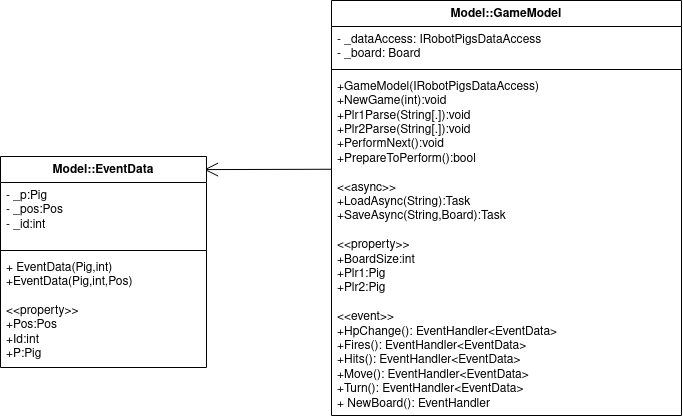
The draw.io diagram DOKUMENTÁCIÓ/modeluml.drawio.png in Reun85/esemenyvezbeadando, before a commit. Source tidied: cells renumbered, new cells last; positions are measured from the earlier drawing's top-left corner, leaving out a move shared by most shapes. Its diagram source:
```xml
<mxGraphModel>
  <root>
    <mxCell id="0" />
    <mxCell id="1" parent="0" />
    <mxCell id="2" value="Model::GameModel" style="swimlane;fontStyle=1;align=center;verticalAlign=top;horizontal=1;startSize=26;whiteSpace=wrap;html=1;" parent="1" vertex="1">
      <mxGeometry x="331" width="350" height="415" as="geometry" />
    </mxCell>
    <mxCell id="3" value="&lt;div&gt;- _dataAccess: IRobotPigsDataAccess&lt;/div&gt;&lt;div&gt;- _board: Board&lt;/div&gt;&lt;div&gt;&lt;br&gt;&lt;/div&gt;" style="text;strokeColor=none;fillColor=none;align=left;verticalAlign=top;spacingLeft=4;spacingRight=4;overflow=hidden;whiteSpace=wrap;html=1;" parent="2" vertex="1">
      <mxGeometry y="26" width="350" height="39" as="geometry" />
    </mxCell>
    <mxCell id="4" style="line;strokeWidth=1;fillColor=none;align=left;verticalAlign=middle;spacingTop=-1;spacingLeft=3;spacingRight=3;labelPosition=right;strokeColor=inherit;" parent="2" vertex="1">
      <mxGeometry y="65" width="350" height="8" as="geometry" />
    </mxCell>
    <mxCell id="5" value="&lt;div&gt;+GameModel(IRobotPigsDataAccess)&lt;/div&gt;&lt;div&gt;+NewGame(int):void&lt;/div&gt;&lt;div&gt;+Plr1Parse(String[.]):void&lt;/div&gt;&lt;div&gt;+Plr2Parse(String[.]):void&lt;/div&gt;&lt;div&gt;+PerformNext():void&lt;/div&gt;&lt;div&gt;+PrepareToPerform():bool&lt;/div&gt;&lt;div&gt;&lt;br&gt;&lt;/div&gt;&lt;div&gt;&amp;lt;&amp;lt;async&amp;gt;&amp;gt;&lt;/div&gt;&lt;div&gt;&lt;div&gt;+LoadAsync(String):Task&lt;/div&gt;+SaveAsync(String,Board):Task&lt;/div&gt;&lt;div&gt;&lt;br&gt;&lt;/div&gt;&lt;div&gt;&amp;lt;&amp;lt;property&amp;gt;&amp;gt;&lt;/div&gt;&lt;div&gt;+BoardSize:int&lt;/div&gt;&lt;div&gt;+Plr1:Pig&lt;/div&gt;&lt;div&gt;+Plr2:Pig&lt;/div&gt;&lt;div&gt;&lt;br&gt;&lt;/div&gt;&lt;div&gt;&amp;lt;&amp;lt;event&amp;gt;&amp;gt;&lt;/div&gt;&lt;div&gt;+HpChange(): EventHandler&amp;lt;EventData&amp;gt;&lt;/div&gt;&lt;div&gt;+Fires(): EventHandler&amp;lt;EventData&amp;gt;&lt;/div&gt;&lt;div&gt;+Hits(): EventHandler&amp;lt;EventData&amp;gt;&lt;/div&gt;&lt;div&gt;+Move(): EventHandler&amp;lt;EventData&amp;gt;&lt;/div&gt;&lt;div&gt;+Turn(): EventHandler&amp;lt;EventData&amp;gt;&lt;/div&gt;&lt;div&gt;+ NewBoard(): EventHandler&lt;br&gt;&lt;/div&gt;" style="text;strokeColor=none;fillColor=none;align=left;verticalAlign=top;spacingLeft=4;spacingRight=4;overflow=hidden;points=[[0,0.5],[1,0.5]];portConstraint=eastwest;whiteSpace=wrap;html=1;" parent="2" vertex="1">
      <mxGeometry y="73" width="350" height="342" as="geometry" />
    </mxCell>
    <mxCell id="6" style="endArrow=open;endFill=1;endSize=12;html=1;rounded=0;exitX=0.001;exitY=0.28;exitDx=0;exitDy=0;exitPerimeter=0;entryX=0.988;entryY=0.062;entryDx=0;entryDy=0;entryPerimeter=0;" parent="1" edge="1" source="5" target="7">
      <mxGeometry relative="1" as="geometry" />
    </mxCell>
    <mxCell id="7" value="Model::EventData" style="swimlane;fontStyle=1;align=center;verticalAlign=top;horizontal=1;startSize=26;whiteSpace=wrap;html=1;" parent="1" vertex="1">
      <mxGeometry y="156" width="206" height="211" as="geometry" />
    </mxCell>
    <mxCell id="8" value="&lt;div&gt;- _p:Pig&lt;/div&gt;&lt;div&gt;- _pos:Pos&lt;/div&gt;&lt;div&gt;- _id:int&lt;/div&gt;&lt;div&gt;&lt;br&gt;&lt;/div&gt;" style="text;strokeColor=none;fillColor=none;align=left;verticalAlign=top;spacingLeft=4;spacingRight=4;overflow=hidden;whiteSpace=wrap;html=1;" parent="7" vertex="1">
      <mxGeometry y="26" width="206" height="64" as="geometry" />
    </mxCell>
    <mxCell id="9" style="line;strokeWidth=1;fillColor=none;align=left;verticalAlign=middle;spacingTop=-1;spacingLeft=3;spacingRight=3;labelPosition=right;strokeColor=inherit;" parent="7" vertex="1">
      <mxGeometry y="90" width="206" height="8" as="geometry" />
    </mxCell>
    <mxCell id="10" value="&lt;div&gt;+ EventData(Pig,int)&lt;/div&gt;&lt;div&gt;+EventData(Pig,int,Pos)&lt;/div&gt;&lt;div&gt;&lt;br&gt;&lt;/div&gt;&lt;div&gt;&amp;lt;&amp;lt;property&amp;gt;&amp;gt;&lt;/div&gt;&lt;div&gt;+Pos:Pos&lt;/div&gt;&lt;div&gt;+Id:int&lt;/div&gt;&lt;div&gt;+P:Pig&lt;br&gt;&lt;/div&gt;" style="text;strokeColor=none;fillColor=none;align=left;verticalAlign=top;spacingLeft=4;spacingRight=4;overflow=hidden;whiteSpace=wrap;html=1;" parent="7" vertex="1">
      <mxGeometry y="98" width="206" height="113" as="geometry" />
    </mxCell>
  </root>
</mxGraphModel>
```
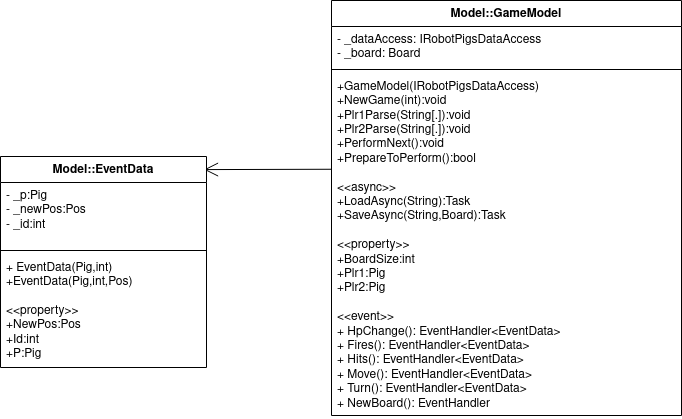
After the change.

What changed in the source:
```diff
@@ -11,7 +11,7 @@
     <mxCell id="4" style="line;strokeWidth=1;fillColor=none;align=left;verticalAlign=middle;spacingTop=-1;spacingLeft=3;spacingRight=3;labelPosition=right;strokeColor=inherit;" parent="2" vertex="1">
       <mxGeometry y="65" width="350" height="8" as="geometry" />
     </mxCell>
-    <mxCell id="5" value="&lt;div&gt;+GameModel(IRobotPigsDataAccess)&lt;/div&gt;&lt;div&gt;+NewGame(int):void&lt;/div&gt;&lt;div&gt;+Plr1Parse(String[.]):void&lt;/div&gt;&lt;div&gt;+Plr2Parse(String[.]):void&lt;/div&gt;&lt;div&gt;+PerformNext():void&lt;/div&gt;&lt;div&gt;+PrepareToPerform():bool&lt;/div&gt;&lt;div&gt;&lt;br&gt;&lt;/div&gt;&lt;div&gt;&amp;lt;&amp;lt;async&amp;gt;&amp;gt;&lt;/div&gt;&lt;div&gt;&lt;div&gt;+LoadAsync(String):Task&lt;/div&gt;+SaveAsync(String,Board):Task&lt;/div&gt;&lt;div&gt;&lt;br&gt;&lt;/div&gt;&lt;div&gt;&amp;lt;&amp;lt;property&amp;gt;&amp;gt;&lt;/div&gt;&lt;div&gt;+BoardSize:int&lt;/div&gt;&lt;div&gt;+Plr1:Pig&lt;/div&gt;&lt;div&gt;+Plr2:Pig&lt;/div&gt;&lt;div&gt;&lt;br&gt;&lt;/div&gt;&lt;div&gt;&amp;lt;&amp;lt;event&amp;gt;&amp;gt;&lt;/div&gt;&lt;div&gt;+HpChange(): EventHandler&amp;lt;EventData&amp;gt;&lt;/div&gt;&lt;div&gt;+Fires(): EventHandler&amp;lt;EventData&amp;gt;&lt;/div&gt;&lt;div&gt;+Hits(): EventHandler&amp;lt;EventData&amp;gt;&lt;/div&gt;&lt;div&gt;+Move(): EventHandler&amp;lt;EventData&amp;gt;&lt;/div&gt;&lt;div&gt;+Turn(): EventHandler&amp;lt;EventData&amp;gt;&lt;/div&gt;&lt;div&gt;+ NewBoard(): EventHandler&lt;br&gt;&lt;/div&gt;" style="text;strokeColor=none;fillColor=none;align=left;verticalAlign=top;spacingLeft=4;spacingRight=4;overflow=hidden;points=[[0,0.5],[1,0.5]];portConstraint=eastwest;whiteSpace=wrap;html=1;" parent="2" vertex="1">
+    <mxCell id="5" value="&lt;div&gt;+GameModel(IRobotPigsDataAccess)&lt;/div&gt;&lt;div&gt;+NewGame(int):void&lt;/div&gt;&lt;div&gt;+Plr1Parse(String[.]):void&lt;/div&gt;&lt;div&gt;+Plr2Parse(String[.]):void&lt;/div&gt;&lt;div&gt;+PerformNext():void&lt;/div&gt;&lt;div&gt;+PrepareToPerform():bool&lt;/div&gt;&lt;div&gt;&lt;br&gt;&lt;/div&gt;&lt;div&gt;&amp;lt;&amp;lt;async&amp;gt;&amp;gt;&lt;/div&gt;&lt;div&gt;&lt;div&gt;+LoadAsync(String):Task&lt;/div&gt;+SaveAsync(String,Board):Task&lt;/div&gt;&lt;div&gt;&lt;br&gt;&lt;/div&gt;&lt;div&gt;&amp;lt;&amp;lt;property&amp;gt;&amp;gt;&lt;/div&gt;&lt;div&gt;+BoardSize:int&lt;/div&gt;&lt;div&gt;+Plr1:Pig&lt;/div&gt;&lt;div&gt;+Plr2:Pig&lt;/div&gt;&lt;div&gt;&lt;br&gt;&lt;/div&gt;&lt;div&gt;&amp;lt;&amp;lt;event&amp;gt;&amp;gt;&lt;/div&gt;&lt;div&gt;+ HpChange(): EventHandler&amp;lt;EventData&amp;gt;&lt;/div&gt;&lt;div&gt;+ Fires(): EventHandler&amp;lt;EventData&amp;gt;&lt;/div&gt;&lt;div&gt;+ Hits(): EventHandler&amp;lt;EventData&amp;gt;&lt;/div&gt;&lt;div&gt;+ Move(): EventHandler&amp;lt;EventData&amp;gt;&lt;/div&gt;&lt;div&gt;+ Turn(): EventHandler&amp;lt;EventData&amp;gt;&lt;/div&gt;&lt;div&gt;+ NewBoard(): EventHandler&lt;/div&gt;" style="text;strokeColor=none;fillColor=none;align=left;verticalAlign=top;spacingLeft=4;spacingRight=4;overflow=hidden;points=[[0,0.5],[1,0.5]];portConstraint=eastwest;whiteSpace=wrap;html=1;" parent="2" vertex="1">
       <mxGeometry y="73" width="350" height="342" as="geometry" />
     </mxCell>
     <mxCell id="6" style="endArrow=open;endFill=1;endSize=12;html=1;rounded=0;exitX=0.001;exitY=0.28;exitDx=0;exitDy=0;exitPerimeter=0;entryX=0.988;entryY=0.062;entryDx=0;entryDy=0;entryPerimeter=0;" parent="1" edge="1" source="5" target="7">
@@ -20,13 +20,13 @@
     <mxCell id="7" value="Model::EventData" style="swimlane;fontStyle=1;align=center;verticalAlign=top;horizontal=1;startSize=26;whiteSpace=wrap;html=1;" parent="1" vertex="1">
       <mxGeometry y="156" width="206" height="211" as="geometry" />
     </mxCell>
-    <mxCell id="8" value="&lt;div&gt;- _p:Pig&lt;/div&gt;&lt;div&gt;- _pos:Pos&lt;/div&gt;&lt;div&gt;- _id:int&lt;/div&gt;&lt;div&gt;&lt;br&gt;&lt;/div&gt;" style="text;strokeColor=none;fillColor=none;align=left;verticalAlign=top;spacingLeft=4;spacingRight=4;overflow=hidden;whiteSpace=wrap;html=1;" parent="7" vertex="1">
+    <mxCell id="8" value="&lt;div&gt;- _p:Pig&lt;/div&gt;&lt;div&gt;- _newPos:Pos&lt;/div&gt;&lt;div&gt;- _id:int&lt;/div&gt;&lt;div&gt;&lt;br&gt;&lt;/div&gt;" style="text;strokeColor=none;fillColor=none;align=left;verticalAlign=top;spacingLeft=4;spacingRight=4;overflow=hidden;whiteSpace=wrap;html=1;" parent="7" vertex="1">
       <mxGeometry y="26" width="206" height="64" as="geometry" />
     </mxCell>
     <mxCell id="9" style="line;strokeWidth=1;fillColor=none;align=left;verticalAlign=middle;spacingTop=-1;spacingLeft=3;spacingRight=3;labelPosition=right;strokeColor=inherit;" parent="7" vertex="1">
       <mxGeometry y="90" width="206" height="8" as="geometry" />
     </mxCell>
-    <mxCell id="10" value="&lt;div&gt;+ EventData(Pig,int)&lt;/div&gt;&lt;div&gt;+EventData(Pig,int,Pos)&lt;/div&gt;&lt;div&gt;&lt;br&gt;&lt;/div&gt;&lt;div&gt;&amp;lt;&amp;lt;property&amp;gt;&amp;gt;&lt;/div&gt;&lt;div&gt;+Pos:Pos&lt;/div&gt;&lt;div&gt;+Id:int&lt;/div&gt;&lt;div&gt;+P:Pig&lt;br&gt;&lt;/div&gt;" style="text;strokeColor=none;fillColor=none;align=left;verticalAlign=top;spacingLeft=4;spacingRight=4;overflow=hidden;whiteSpace=wrap;html=1;" parent="7" vertex="1">
+    <mxCell id="10" value="&lt;div&gt;+ EventData(Pig,int)&lt;/div&gt;&lt;div&gt;+EventData(Pig,int,Pos)&lt;/div&gt;&lt;div&gt;&lt;br&gt;&lt;/div&gt;&lt;div&gt;&amp;lt;&amp;lt;property&amp;gt;&amp;gt;&lt;/div&gt;&lt;div&gt;+NewPos:Pos&lt;/div&gt;&lt;div&gt;+Id:int&lt;/div&gt;&lt;div&gt;+P:Pig&lt;br&gt;&lt;/div&gt;" style="text;strokeColor=none;fillColor=none;align=left;verticalAlign=top;spacingLeft=4;spacingRight=4;overflow=hidden;whiteSpace=wrap;html=1;" parent="7" vertex="1">
       <mxGeometry y="98" width="206" height="113" as="geometry" />
     </mxCell>
   </root>
```
